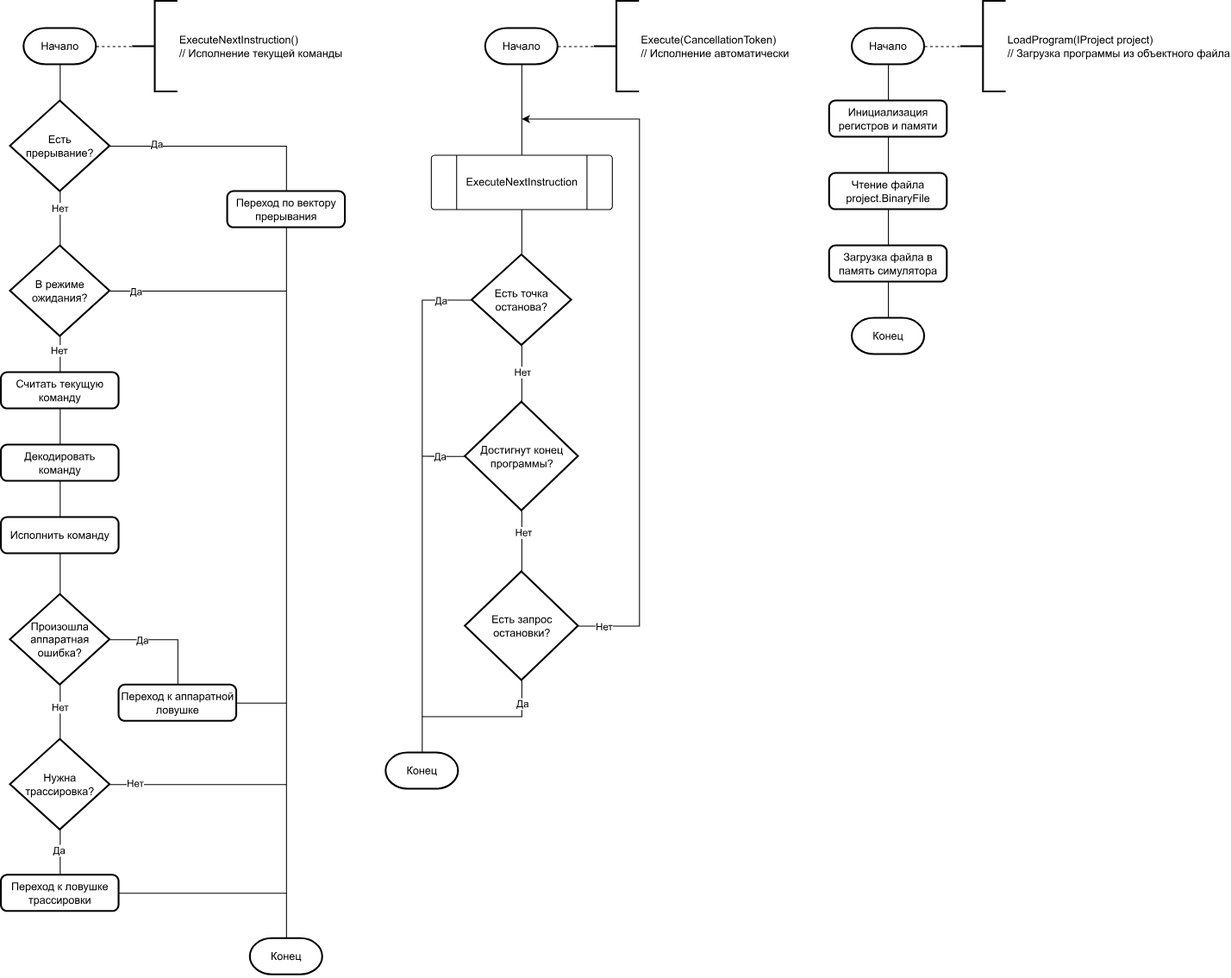
The draw.io diagram docs/Схемы/algorithms-Исполнитель.svg in mrypdm/asvt_sem7_kursach, before a commit. Source tidied: cells renumbered, new cells last; positions are measured from the earlier drawing's top-left corner, leaving out a move shared by most shapes.
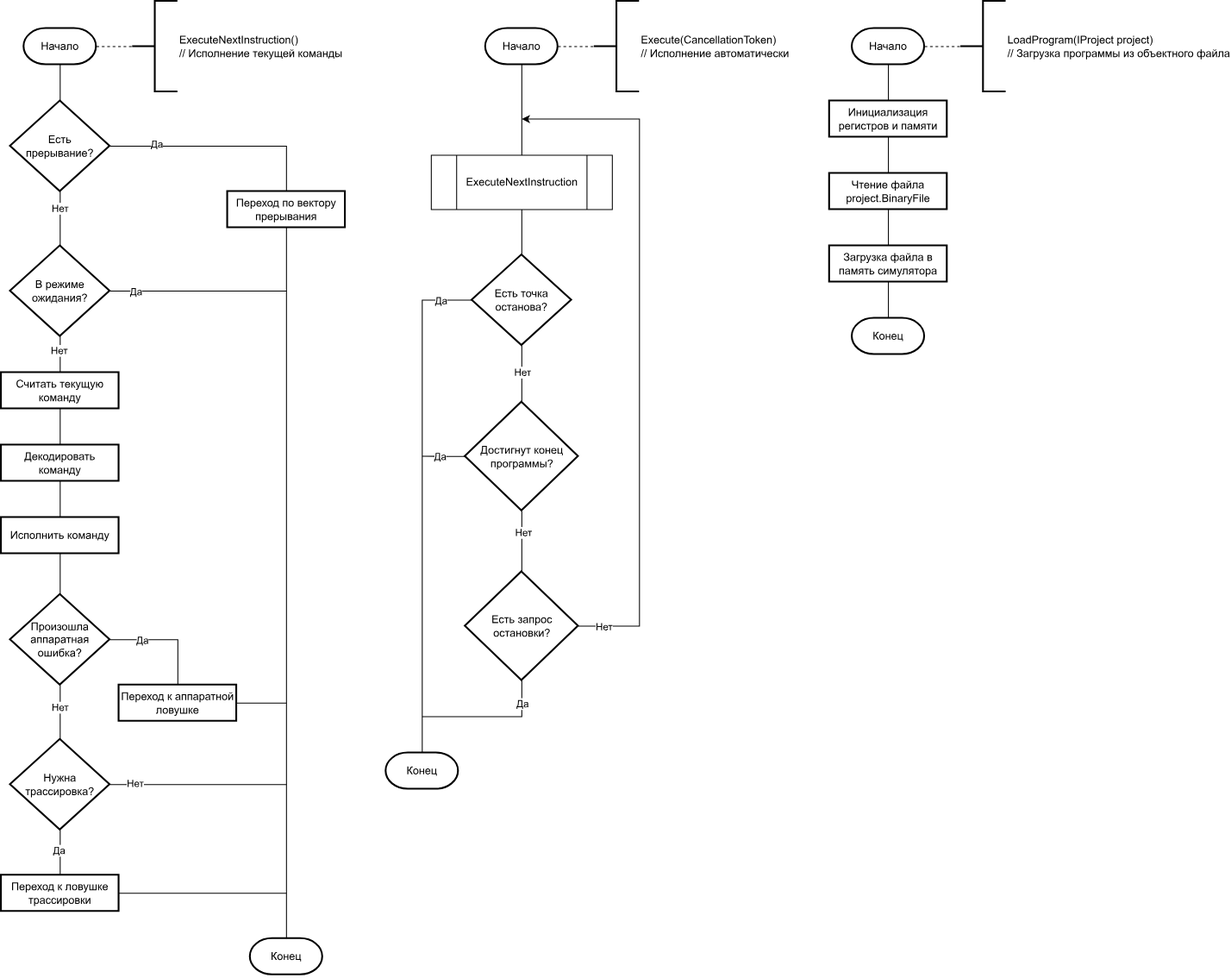
Above is the later version.

Diff of the diagram source:
```diff
@@ -26,19 +26,19 @@
     <mxCell id="9" style="edgeStyle=orthogonalEdgeStyle;rounded=0;jettySize=auto;html=1;endArrow=none;endFill=0;" parent="1" edge="1" source="10" target="12">
       <mxGeometry relative="1" as="geometry" />
     </mxCell>
-    <mxCell id="10" value="Чтение файла project.BinaryFile" style="rounded=1;whiteSpace=wrap;html=1;absoluteArcSize=1;arcSize=14;strokeWidth=2;" parent="1" vertex="1">
+    <mxCell id="10" value="Чтение файла project.BinaryFile" style="rounded=0;whiteSpace=wrap;html=1;absoluteArcSize=1;arcSize=14;strokeWidth=2;" parent="1" vertex="1">
       <mxGeometry x="915" y="190" width="130" height="40" as="geometry" />
     </mxCell>
     <mxCell id="11" style="edgeStyle=orthogonalEdgeStyle;rounded=0;jettySize=auto;html=1;endArrow=none;endFill=0;" parent="1" edge="1" source="12" target="38">
       <mxGeometry relative="1" as="geometry" />
     </mxCell>
-    <mxCell id="12" value="Загрузка файла в память симулятора" style="rounded=1;whiteSpace=wrap;html=1;absoluteArcSize=1;arcSize=14;strokeWidth=2;" parent="1" vertex="1">
+    <mxCell id="12" value="Загрузка файла в память симулятора" style="rounded=0;whiteSpace=wrap;html=1;absoluteArcSize=1;arcSize=14;strokeWidth=2;" parent="1" vertex="1">
       <mxGeometry x="915" y="270" width="130" height="40" as="geometry" />
     </mxCell>
     <mxCell id="13" style="edgeStyle=orthogonalEdgeStyle;rounded=0;jettySize=auto;html=1;endArrow=none;endFill=0;" parent="1" edge="1" source="14" target="10">
       <mxGeometry relative="1" as="geometry" />
     </mxCell>
-    <mxCell id="14" value="Инициализация регистров и памяти" style="rounded=1;whiteSpace=wrap;html=1;absoluteArcSize=1;arcSize=14;strokeWidth=2;" parent="1" vertex="1">
+    <mxCell id="14" value="Инициализация регистров и памяти" style="rounded=0;whiteSpace=wrap;html=1;absoluteArcSize=1;arcSize=14;strokeWidth=2;" parent="1" vertex="1">
       <mxGeometry x="915" y="110" width="130" height="40" as="geometry" />
     </mxCell>
     <mxCell id="15" style="edgeStyle=orthogonalEdgeStyle;rounded=0;jettySize=auto;html=1;endArrow=none;endFill=0;" parent="1" edge="1" source="19" target="21">
@@ -63,7 +63,7 @@
         <mxPoint x="315" y="985" as="targetPoint" />
       </mxGeometry>
     </mxCell>
-    <mxCell id="21" value="Переход к ловушке трассировки" style="rounded=1;whiteSpace=wrap;html=1;absoluteArcSize=1;arcSize=14;strokeWidth=2;" parent="1" vertex="1">
+    <mxCell id="21" value="Переход к ловушке трассировки" style="rounded=0;whiteSpace=wrap;html=1;absoluteArcSize=1;arcSize=14;strokeWidth=2;" parent="1" vertex="1">
       <mxGeometry y="965" width="130" height="40" as="geometry" />
     </mxCell>
     <mxCell id="22" style="edgeStyle=orthogonalEdgeStyle;rounded=0;jettySize=auto;html=1;entryX=0.5;entryY=0;entryDx=0;entryDy=0;endArrow=none;endFill=0;" parent="1" edge="1" source="24" target="25">
@@ -75,7 +75,7 @@
     <mxCell id="24" value="Есть&lt;br&gt;прерывание?" style="strokeWidth=2;html=1;shape=mxgraph.flowchart.decision;whiteSpace=wrap;" parent="1" vertex="1">
       <mxGeometry x="10" y="110" width="110" height="100" as="geometry" />
     </mxCell>
-    <mxCell id="25" value="Переход по вектору прерывания" style="rounded=1;whiteSpace=wrap;html=1;absoluteArcSize=1;arcSize=14;strokeWidth=2;" parent="1" vertex="1">
+    <mxCell id="25" value="Переход по вектору прерывания" style="rounded=0;whiteSpace=wrap;html=1;absoluteArcSize=1;arcSize=14;strokeWidth=2;" parent="1" vertex="1">
       <mxGeometry x="250" y="210" width="130" height="40" as="geometry" />
     </mxCell>
     <mxCell id="26" style="edgeStyle=orthogonalEdgeStyle;rounded=0;jettySize=auto;html=1;endArrow=none;endFill=0;" parent="1" edge="1" source="30" target="34">
@@ -108,16 +108,16 @@
     <mxCell id="33" style="edgeStyle=orthogonalEdgeStyle;rounded=0;jettySize=auto;html=1;endArrow=none;endFill=0;" parent="1" edge="1" source="34" target="36">
       <mxGeometry relative="1" as="geometry" />
     </mxCell>
-    <mxCell id="34" value="Считать текущую команду" style="rounded=1;whiteSpace=wrap;html=1;absoluteArcSize=1;arcSize=14;strokeWidth=2;" parent="1" vertex="1">
+    <mxCell id="34" value="Считать текущую команду" style="rounded=0;whiteSpace=wrap;html=1;absoluteArcSize=1;arcSize=14;strokeWidth=2;" parent="1" vertex="1">
       <mxGeometry y="410" width="130" height="40" as="geometry" />
     </mxCell>
     <mxCell id="35" style="edgeStyle=orthogonalEdgeStyle;rounded=0;jettySize=auto;html=1;endArrow=none;endFill=0;" parent="1" edge="1" source="36" target="37">
       <mxGeometry relative="1" as="geometry" />
     </mxCell>
-    <mxCell id="36" value="Декодировать&lt;br&gt;команду" style="rounded=1;whiteSpace=wrap;html=1;absoluteArcSize=1;arcSize=14;strokeWidth=2;" parent="1" vertex="1">
+    <mxCell id="36" value="Декодировать&lt;br&gt;команду" style="rounded=0;whiteSpace=wrap;html=1;absoluteArcSize=1;arcSize=14;strokeWidth=2;" parent="1" vertex="1">
       <mxGeometry y="490" width="130" height="40" as="geometry" />
     </mxCell>
-    <mxCell id="37" value="Исполнить команду" style="rounded=1;whiteSpace=wrap;html=1;absoluteArcSize=1;arcSize=14;strokeWidth=2;" parent="1" vertex="1">
+    <mxCell id="37" value="Исполнить команду" style="rounded=0;whiteSpace=wrap;html=1;absoluteArcSize=1;arcSize=14;strokeWidth=2;" parent="1" vertex="1">
       <mxGeometry y="570" width="130" height="40" as="geometry" />
     </mxCell>
     <mxCell id="38" value="Конец" style="strokeWidth=2;html=1;shape=mxgraph.flowchart.terminator;whiteSpace=wrap;" parent="1" vertex="1">
@@ -154,7 +154,7 @@
         <mxPoint x="315" y="775" as="targetPoint" />
       </mxGeometry>
     </mxCell>
-    <mxCell id="48" value="Переход к аппаратной ловушке" style="rounded=1;whiteSpace=wrap;html=1;absoluteArcSize=1;arcSize=14;strokeWidth=2;" parent="1" vertex="1">
+    <mxCell id="48" value="Переход к аппаратной ловушке" style="rounded=0;whiteSpace=wrap;html=1;absoluteArcSize=1;arcSize=14;strokeWidth=2;" parent="1" vertex="1">
       <mxGeometry x="130" y="755" width="130" height="40" as="geometry" />
     </mxCell>
     <mxCell id="49" style="edgeStyle=orthogonalEdgeStyle;rounded=0;jettySize=auto;html=1;entryX=0.5;entryY=0;entryDx=0;entryDy=0;entryPerimeter=0;endArrow=none;endFill=0;" parent="1" edge="1" source="25" target="40">
@@ -172,7 +172,7 @@
     <mxCell id="53" style="edgeStyle=orthogonalEdgeStyle;rounded=0;jettySize=auto;html=1;entryX=0;entryY=0.5;entryDx=0;entryDy=0;entryPerimeter=0;endArrow=none;endFill=0;dashed=1;" parent="1" edge="1" source="51" target="52">
       <mxGeometry relative="1" as="geometry" />
     </mxCell>
-    <mxCell id="54" style="verticalLabelPosition=bottom;verticalAlign=top;html=1;shape=process;whiteSpace=wrap;rounded=1;size=0.14;arcSize=6;" parent="1" vertex="1">
+    <mxCell id="54" style="verticalLabelPosition=bottom;verticalAlign=top;html=1;shape=process;whiteSpace=wrap;rounded=0;size=0.14;arcSize=6;" parent="1" vertex="1">
       <mxGeometry x="475" y="170" width="200" height="60" as="geometry" />
     </mxCell>
     <mxCell id="55" value="ExecuteNextInstruction" style="text;html=1;align=center;verticalAlign=middle;strokeColor=none;fillColor=none;" parent="1" vertex="1">
```
